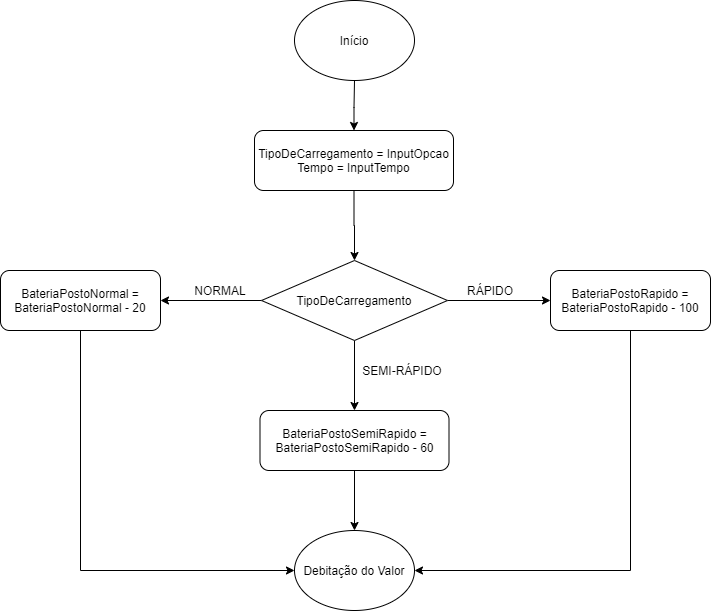
ProgRub/Proj2AC keeps this draw.io diagram as flux_atualizacao_energia.png. Above is the earlier version. Source tidied: cells renumbered, new cells last; positions are measured from the earlier drawing's top-left corner, leaving out a move shared by most shapes.
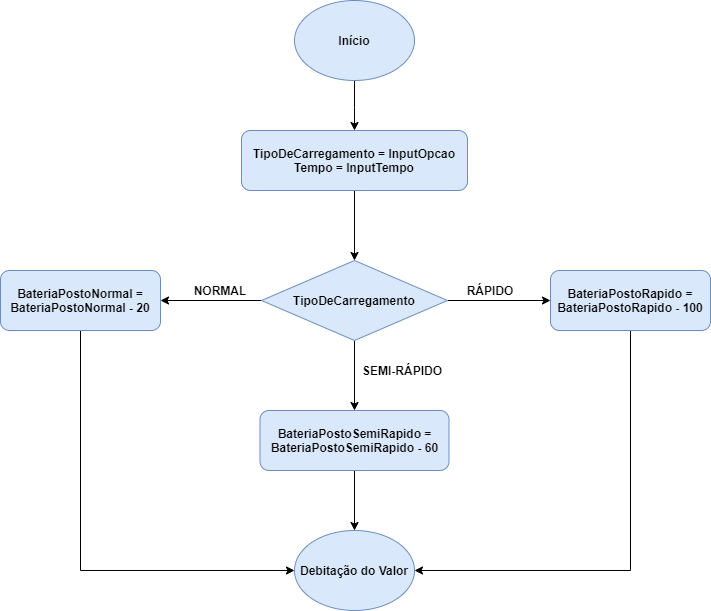
Above is the later version.

The edit, as a diff of the source:
```diff
@@ -9,7 +9,7 @@
         </Array>
       </mxGeometry>
     </mxCell>
-    <mxCell id="3" value="Início" style="ellipse;whiteSpace=wrap;html=1;" parent="1" vertex="1">
+    <mxCell id="3" value="&lt;b&gt;Início&lt;/b&gt;" style="ellipse;whiteSpace=wrap;html=1;fillColor=#dae8fc;strokeColor=#6c8ebf;" parent="1" vertex="1">
       <mxGeometry x="294" width="120" height="80" as="geometry" />
     </mxCell>
     <mxCell id="4" style="edgeStyle=orthogonalEdgeStyle;rounded=0;jettySize=auto;html=1;entryX=0.5;entryY=0;entryDx=0;entryDy=0;" parent="1" edge="1" source="7" target="11">
@@ -21,7 +21,7 @@
     <mxCell id="6" style="edgeStyle=orthogonalEdgeStyle;rounded=0;jettySize=auto;html=1;entryX=1;entryY=0.5;entryDx=0;entryDy=0;" parent="1" edge="1" source="7" target="9">
       <mxGeometry relative="1" as="geometry" />
     </mxCell>
-    <mxCell id="7" value="TipoDeCarregamento" style="rhombus;whiteSpace=wrap;html=1;" parent="1" vertex="1">
+    <mxCell id="7" value="&lt;b&gt;TipoDeCarregamento&lt;/b&gt;" style="rhombus;whiteSpace=wrap;html=1;fillColor=#dae8fc;strokeColor=#6c8ebf;" parent="1" vertex="1">
       <mxGeometry x="261" y="260" width="186" height="80" as="geometry" />
     </mxCell>
     <mxCell id="8" style="edgeStyle=orthogonalEdgeStyle;rounded=0;jettySize=auto;html=1;entryX=0;entryY=0.5;entryDx=0;entryDy=0;" parent="1" edge="1" source="9" target="17">
@@ -31,13 +31,13 @@
         </Array>
       </mxGeometry>
     </mxCell>
-    <mxCell id="9" value="BateriaPostoNormal = BateriaPostoNormal - 20" style="rounded=1;whiteSpace=wrap;html=1;" parent="1" vertex="1">
+    <mxCell id="9" value="&lt;b&gt;BateriaPostoNormal = BateriaPostoNormal - 20&lt;/b&gt;" style="rounded=1;whiteSpace=wrap;html=1;fillColor=#dae8fc;strokeColor=#6c8ebf;" parent="1" vertex="1">
       <mxGeometry y="270" width="160" height="60" as="geometry" />
     </mxCell>
     <mxCell id="10" style="edgeStyle=orthogonalEdgeStyle;rounded=0;jettySize=auto;html=1;entryX=0.5;entryY=0;entryDx=0;entryDy=0;" parent="1" edge="1" source="11" target="17">
       <mxGeometry relative="1" as="geometry" />
     </mxCell>
-    <mxCell id="11" value="BateriaPostoSemiRapido = BateriaPostoSemiRapido - 60" style="rounded=1;whiteSpace=wrap;html=1;" parent="1" vertex="1">
+    <mxCell id="11" value="&lt;b&gt;BateriaPostoSemiRapido = BateriaPostoSemiRapido - 60&lt;/b&gt;" style="rounded=1;whiteSpace=wrap;html=1;fillColor=#dae8fc;strokeColor=#6c8ebf;" parent="1" vertex="1">
       <mxGeometry x="259.5" y="410" width="189" height="60" as="geometry" />
     </mxCell>
     <mxCell id="12" style="edgeStyle=orthogonalEdgeStyle;rounded=0;jettySize=auto;html=1;entryX=1;entryY=0.5;entryDx=0;entryDy=0;" parent="1" edge="1" source="13" target="17">
@@ -47,26 +47,26 @@
         </Array>
       </mxGeometry>
     </mxCell>
-    <mxCell id="13" value="BateriaPostoRapido = BateriaPostoRapido - 100" style="rounded=1;whiteSpace=wrap;html=1;" parent="1" vertex="1">
+    <mxCell id="13" value="&lt;b&gt;BateriaPostoRapido = BateriaPostoRapido - 100&lt;/b&gt;" style="rounded=1;whiteSpace=wrap;html=1;fillColor=#dae8fc;strokeColor=#6c8ebf;" parent="1" vertex="1">
       <mxGeometry x="550" y="270" width="160" height="60" as="geometry" />
     </mxCell>
-    <mxCell id="14" value="NORMAL" style="text;html=1;strokeColor=none;fillColor=none;align=center;verticalAlign=middle;whiteSpace=wrap;rounded=0;" parent="1" vertex="1">
+    <mxCell id="14" value="&lt;b&gt;NORMAL&lt;/b&gt;" style="text;html=1;strokeColor=none;fillColor=none;align=center;verticalAlign=middle;whiteSpace=wrap;rounded=0;" parent="1" vertex="1">
       <mxGeometry x="200" y="280" width="40" height="20" as="geometry" />
     </mxCell>
-    <mxCell id="15" value="RÁPIDO" style="text;html=1;strokeColor=none;fillColor=none;align=center;verticalAlign=middle;whiteSpace=wrap;rounded=0;" parent="1" vertex="1">
+    <mxCell id="15" value="&lt;b&gt;RÁPIDO&lt;/b&gt;" style="text;html=1;strokeColor=none;fillColor=none;align=center;verticalAlign=middle;whiteSpace=wrap;rounded=0;" parent="1" vertex="1">
       <mxGeometry x="470" y="280" width="40" height="20" as="geometry" />
     </mxCell>
-    <mxCell id="16" value="SEMI-RÁPIDO" style="text;html=1;strokeColor=none;fillColor=none;align=center;verticalAlign=middle;whiteSpace=wrap;rounded=0;" parent="1" vertex="1">
+    <mxCell id="16" value="&lt;b&gt;SEMI-RÁPIDO&lt;/b&gt;" style="text;html=1;strokeColor=none;fillColor=none;align=center;verticalAlign=middle;whiteSpace=wrap;rounded=0;" parent="1" vertex="1">
       <mxGeometry x="357" y="360" width="90" height="20" as="geometry" />
     </mxCell>
-    <mxCell id="17" value="Debitação do Valor" style="ellipse;whiteSpace=wrap;html=1;" parent="1" vertex="1">
+    <mxCell id="17" value="&lt;b&gt;Debitação do Valor&lt;/b&gt;" style="ellipse;whiteSpace=wrap;html=1;fillColor=#dae8fc;strokeColor=#6c8ebf;" parent="1" vertex="1">
       <mxGeometry x="294" y="530" width="120" height="80" as="geometry" />
     </mxCell>
     <mxCell id="18" style="edgeStyle=orthogonalEdgeStyle;rounded=0;jettySize=auto;html=1;" parent="1" edge="1" source="19" target="7">
       <mxGeometry relative="1" as="geometry" />
     </mxCell>
-    <mxCell id="19" value="TipoDeCarregamento = InputOpcao&lt;br&gt;Tempo = InputTempo" style="rounded=1;whiteSpace=wrap;html=1;" parent="1" vertex="1">
-      <mxGeometry x="254" y="130" width="199" height="60" as="geometry" />
+    <mxCell id="19" value="&lt;b&gt;TipoDeCarregamento = InputOpcao&lt;br&gt;Tempo = InputTempo&lt;/b&gt;" style="rounded=1;whiteSpace=wrap;html=1;fillColor=#dae8fc;strokeColor=#6c8ebf;" parent="1" vertex="1">
+      <mxGeometry x="241" y="130" width="226" height="60" as="geometry" />
     </mxCell>
   </root>
 </mxGraphModel>
```
